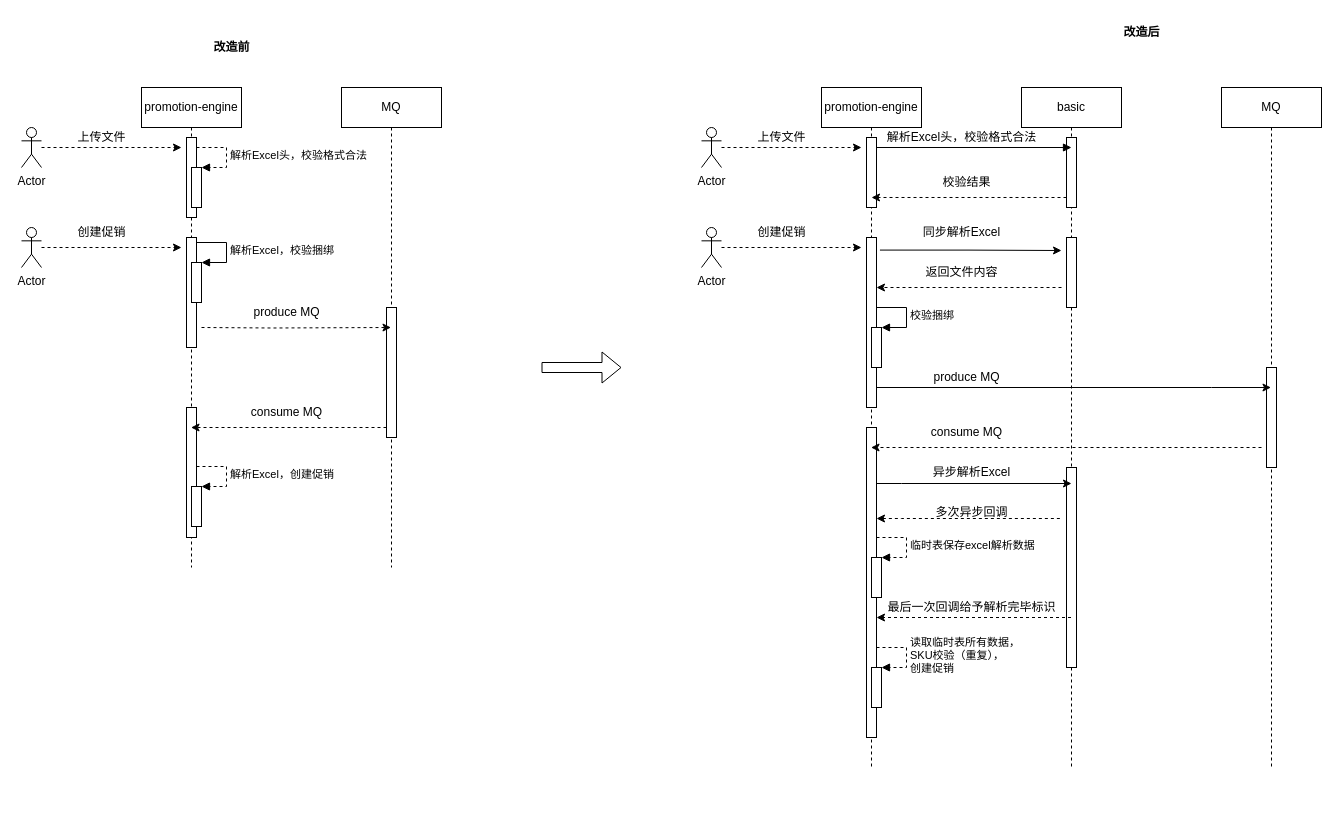
Earlier version of the draw.io diagram 未命名绘图.drawio (jingjie2018/test). Source tidied: cells renumbered, new cells numbered last; positions are measured from the earlier drawing's top-left corner, leaving out a move shared by most shapes. Both pictures are drawn from the tidied source at 100%, with x=0, y=0 at pixel (21, 17).
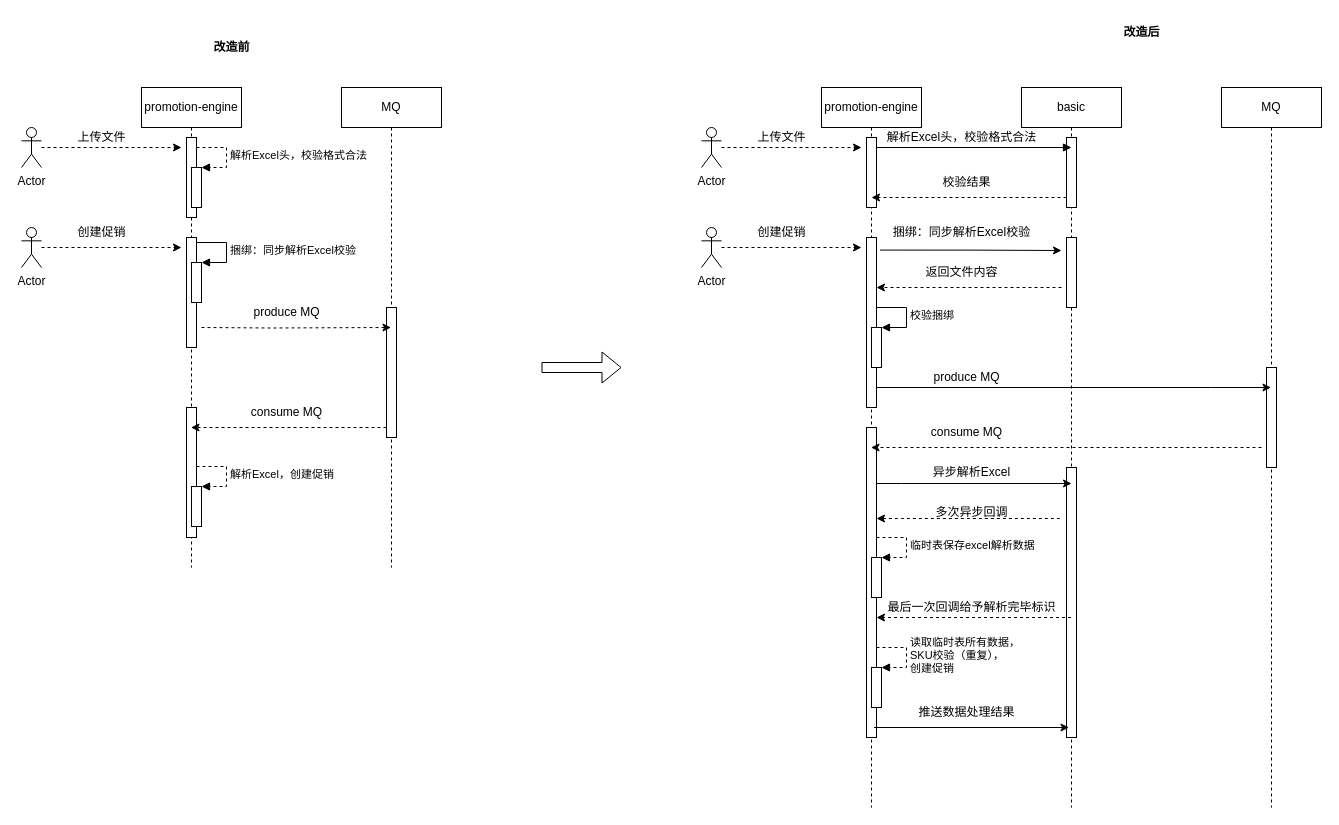
After the change.

Commit message:
更新未命名绘图.drawio

The change refers to these unchanged cells:
```xml
<mxCell id="2" value="promotion-engine" style="shape=umlLifeline;perimeter=lifelinePerimeter;whiteSpace=wrap;html=1;" parent="1" vertex="1">
  <mxGeometry x="120" y="70" width="100" height="480" as="geometry" />
</mxCell>
<mxCell id="10" style="html=1;points=[];perimeter=orthogonalPerimeter;" parent="2" vertex="1">
  <mxGeometry x="50" y="175" width="10" height="40" as="geometry" />
</mxCell>
```

Change to the diagram source:
```diff
@@
-    <mxCell id="11" value="解析Excel，校验捆绑" style="edgeStyle=orthogonalEdgeStyle;html=1;align=left;spacingLeft=2;endArrow=block;rounded=0;entryX=1;entryY=0;" parent="2" edge="1" target="10">
+    <mxCell id="11" value="捆绑：同步解析Excel校验" style="edgeStyle=orthogonalEdgeStyle;html=1;align=left;spacingLeft=2;endArrow=block;rounded=0;entryX=1;entryY=0;" parent="2" edge="1" target="10">
       <mxGeometry relative="1" as="geometry">
         <mxPoint x="55" y="155" as="sourcePoint" />
         <Array as="points">
           <mxPoint x="85" y="155" />
         </Array>
       </mxGeometry>
     </mxCell>
@@
     <mxCell id="24" value="promotion-engine" style="shape=umlLifeline;perimeter=lifelinePerimeter;whiteSpace=wrap;html=1;outlineConnect=0;" parent="1" vertex="1">
-      <mxGeometry x="800" y="70" width="100" height="680" as="geometry" />
+      <mxGeometry x="800" y="70" width="100" height="720" as="geometry" />
     </mxCell>
@@
     <mxCell id="34" value="basic" style="shape=umlLifeline;perimeter=lifelinePerimeter;whiteSpace=wrap;html=1;outlineConnect=0;" parent="1" vertex="1">
-      <mxGeometry x="1000" y="70" width="100" height="680" as="geometry" />
+      <mxGeometry x="1000" y="70" width="100" height="720" as="geometry" />
     </mxCell>
@@
     <mxCell id="37" style="html=1;perimeter=orthogonalPerimeter;" parent="34" vertex="1">
-      <mxGeometry x="45" y="380" width="10" height="200" as="geometry" />
+      <mxGeometry x="45" y="380" width="10" height="270" as="geometry" />
     </mxCell>
@@
-    <mxCell id="49" value="同步解析Excel" style="text;html=1;align=center;verticalAlign=middle;strokeColor=none;fillColor=none;" parent="1" vertex="1">
-      <mxGeometry x="890" y="200" width="100" height="30" as="geometry" />
+    <mxCell id="49" value="捆绑：同步解析Excel校验" style="text;html=1;align=center;verticalAlign=middle;strokeColor=none;fillColor=none;" parent="1" vertex="1">
+      <mxGeometry x="860" y="200" width="160" height="30" as="geometry" />
     </mxCell>
@@
     <mxCell id="52" value="MQ" style="shape=umlLifeline;perimeter=lifelinePerimeter;whiteSpace=wrap;html=1;outlineConnect=0;" parent="1" vertex="1">
-      <mxGeometry x="1200" y="70" width="100" height="680" as="geometry" />
+      <mxGeometry x="1200" y="70" width="100" height="720" as="geometry" />
     </mxCell>
@@
+    <mxCell id="67" style="edgeStyle=orthogonalEdgeStyle;rounded=0;orthogonalLoop=1;jettySize=auto;html=1;entryX=0.5;entryY=0.286;entryDx=0;entryDy=0;entryPerimeter=0;" parent="1" edge="1">
+      <mxGeometry relative="1" as="geometry">
+        <mxPoint x="852.5" y="710" as="sourcePoint" />
+        <mxPoint x="1047.5" y="710" as="targetPoint" />
+        <Array as="points">
+          <mxPoint x="877.5" y="710" />
+          <mxPoint x="877.5" y="710" />
+        </Array>
+      </mxGeometry>
+    </mxCell>
+    <mxCell id="68" value="推送数据处理结果" style="text;html=1;align=center;verticalAlign=middle;strokeColor=none;fillColor=none;" parent="1" vertex="1">
+      <mxGeometry x="885" y="680" width="120" height="30" as="geometry" />
+    </mxCell>
```
